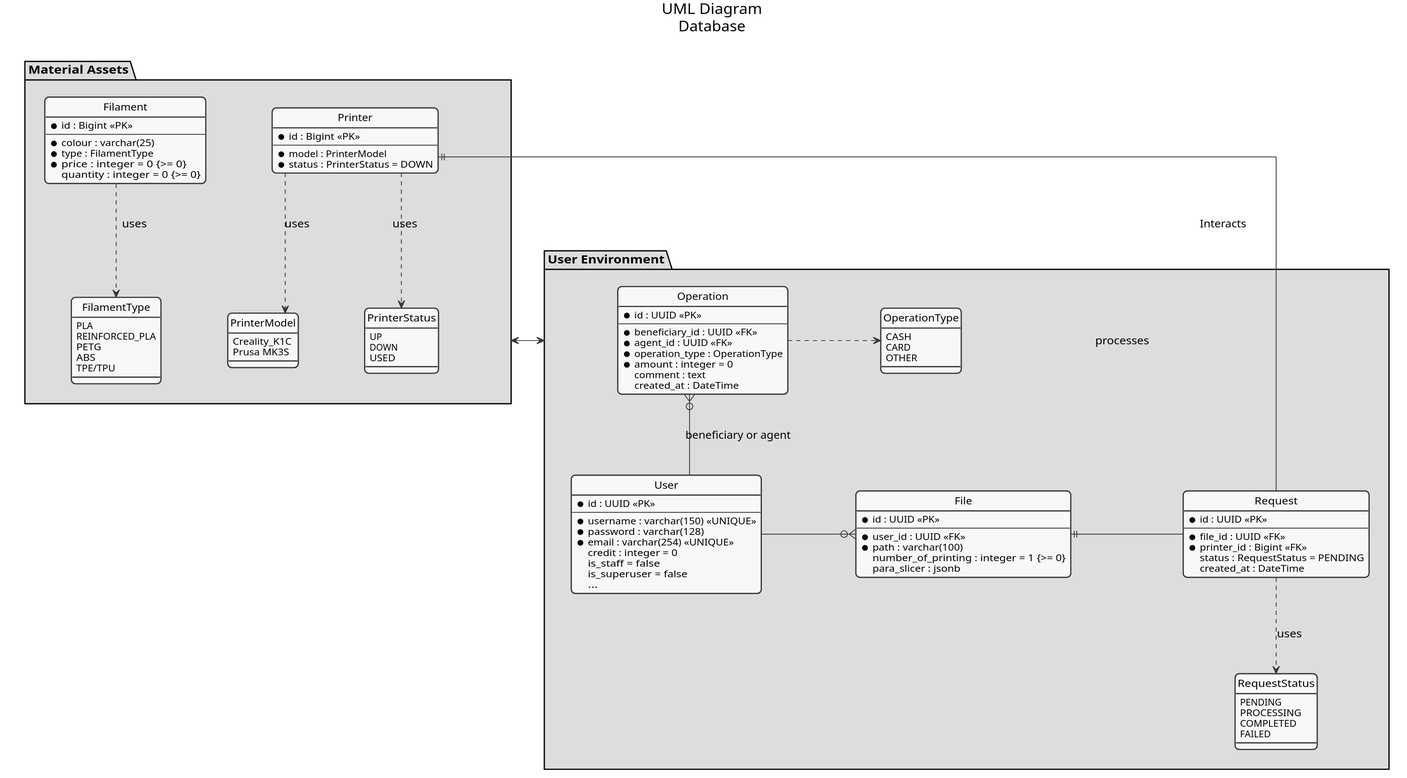
This is Livrable/diagrams/db-diagram.svg from Association-INTech/prINTech, a PlantUML export, as it was before one commit.
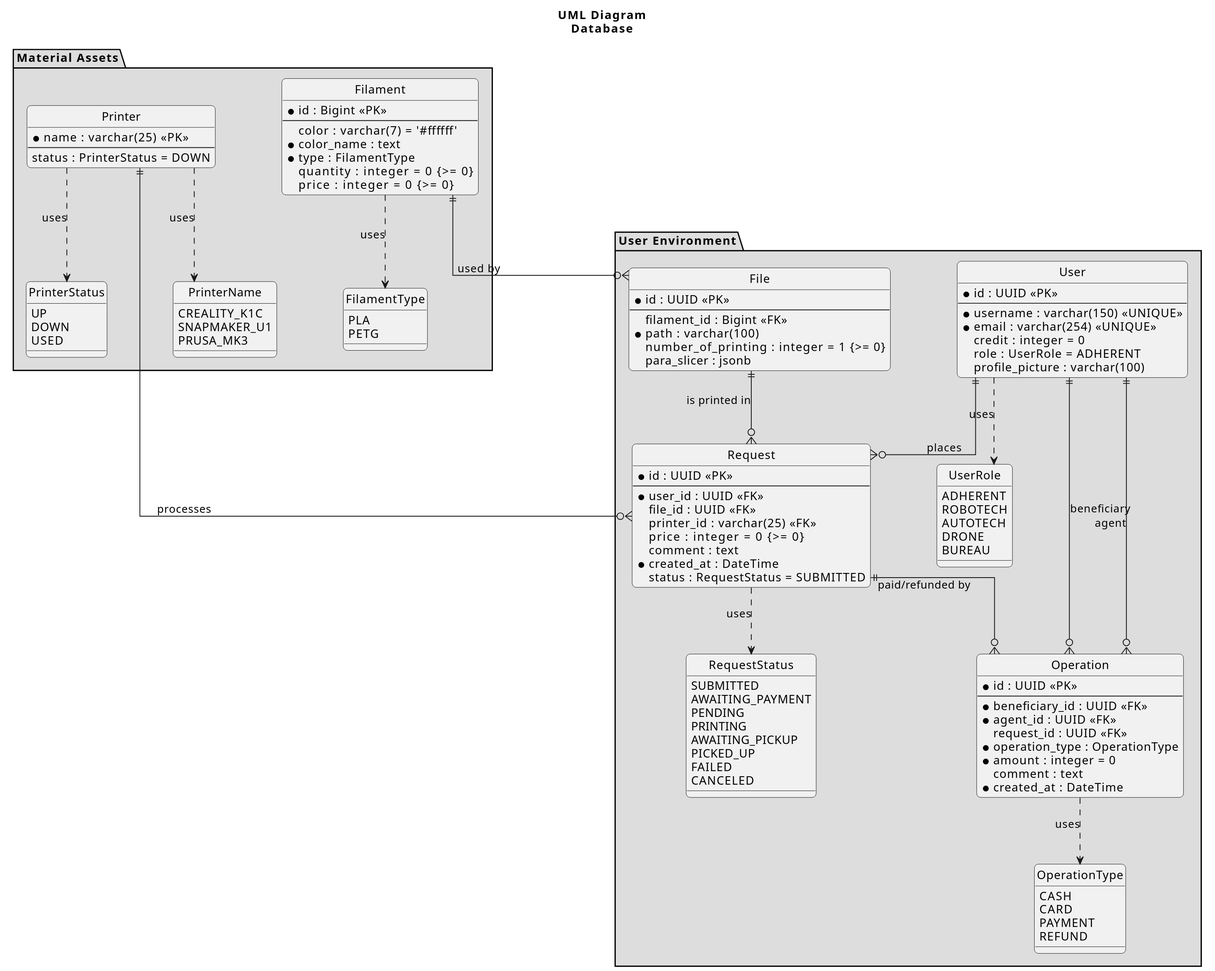
Above is the later version.

Diff of the diagram source:
```diff
@@ -12,93 +12,104 @@
 skinparam defaultFontName Segoe UI, Arial, sans-serif
 skinparam style strictuml
 
+package "User Environment" #DDDDDD {
 
-
-
-
-package "User Environment" #DDDDDD{
+    enum UserRole {
+        ADHERENT
+        ROBOTECH
+        AUTOTECH
+        DRONE
+        BUREAU
+    }
 
     enum RequestStatus {
+        SUBMITTED
+        AWAITING_PAYMENT
         PENDING
-        PROCESSING
-        COMPLETED
+        PRINTING
+        AWAITING_PICKUP
+        PICKED_UP
         FAILED
+        CANCELED
     }
+
     enum OperationType {
         CASH
         CARD
-        OTHER
+        PAYMENT
+        REFUND
     }
 
     entity "User" as user {
-      *id : UUID <<PK>>
-      --
-      *username : varchar(150) <<UNIQUE>>
-      *password : varchar(128)
-      *email : varchar(254) <<UNIQUE>>
-      credit : integer = 0
-      is_staff = false
-      is_superuser = false
-      ...
+        *id : UUID <<PK>>
+        --
+        *username : varchar(150) <<UNIQUE>>
+        *email : varchar(254) <<UNIQUE>>
+        credit : integer = 0
+        role : UserRole = ADHERENT
+        profile_picture : varchar(100)
     }
 
-    entity "Operation" as operation{
+    entity "File" as file {
         *id : UUID <<PK>>
         --
-        *beneficiary_id : UUID <<FK>>
-        *agent_id : UUID <<FK>>
-        *operation_type : OperationType
-        *amount : integer = 0
-        comment : text
-        created_at : DateTime
-    }
-    entity "File" as file{
-        *id : UUID <<PK>>
-        --
-        *user_id : UUID <<FK>>
+        filament_id : Bigint <<FK>>
         *path : varchar(100)
         number_of_printing : integer = 1 {>= 0}
         para_slicer : jsonb
     }
 
+    entity "Request" as request {
+        *id : UUID <<PK>>
+        --
+        *user_id : UUID <<FK>>
+        file_id : UUID <<FK>>
+        printer_id : varchar(25) <<FK>>
+        price : integer = 0 {>= 0}
+        comment : text
+        *created_at : DateTime
+        status : RequestStatus = SUBMITTED
+    }
 
-    entity "Request" as request{
-            *id : UUID <<PK>>
-            --
-            *file_id : UUID <<FK>>
-            *printer_id : Bigint <<FK>>
-            status : RequestStatus = PENDING
-            created_at : DateTime
+    entity "Operation" as operation {
+        *id : UUID <<PK>>
+        --
+        *beneficiary_id : UUID <<FK>>
+        *agent_id : UUID <<FK>>
+        request_id : UUID <<FK>>
+        *operation_type : OperationType
+        *amount : integer = 0
+        comment : text
+        *created_at : DateTime
     }
 }
-package "Material Assets" #DDDDDD{
+
+package "Material Assets" #DDDDDD {
     entity "Printer" as printer {
-            *id : Bigint <<PK>>
-            --
-            *model : PrinterModel
-            *status : PrinterStatus = DOWN
+        *name : varchar(25) <<PK>>
+        --
+        status : PrinterStatus = DOWN
     }
 
-    entity "Filament" as filament{
+    entity "Filament" as filament {
         *id : Bigint <<PK>>
         --
-        *colour : varchar(25)
+        color : varchar(7) = '#ffffff'
+        *color_name : text
         *type : FilamentType
-        *price : integer = 0 {>= 0}
         quantity : integer = 0 {>= 0}
+        price : integer = 0 {>= 0}
     }
 
     enum FilamentType {
         PLA
-        REINFORCED_PLA
         PETG
-        ABS
-        TPE/TPU
     }
 
-    enum PrinterModel {
-        Creality_K1C
-        Prusa MK3S
+    enum PrinterName {
+        CREALITY_K1C
+        SNAPMAKER_U1
+        PRUSA_MK3
     }
 
     enum PrinterStatus {
@@ -108,17 +119,19 @@
     }
 }
 
+user ||--o{ request : "places"
+user ||--o{ operation : "beneficiary"
+user ||--o{ operation : "agent"
 
+file ||--o{ request : "is printed in"
+filament ||--o{ file : "used by"
+printer ||--o{ request : "processes"
+request ||--o{ operation : "paid/refunded by"
 
-
-file }o-l- user : owns
-file ||-r- request : linked to
-"Material Assets" <--> "User Environment" : Interacts
-printer ||-- request : processes
-operation }o-- user : beneficiary or agent
-request .d.> RequestStatus : uses
+user ..> UserRole : uses
+request ..> RequestStatus : uses
+operation ..> OperationType : uses
 printer ..> PrinterStatus : uses
-printer ..> PrinterModel : uses
+printer ..> PrinterName : uses
 filament ..> FilamentType : uses
-operation .r.> OperationType : uses
 @enduml
```
